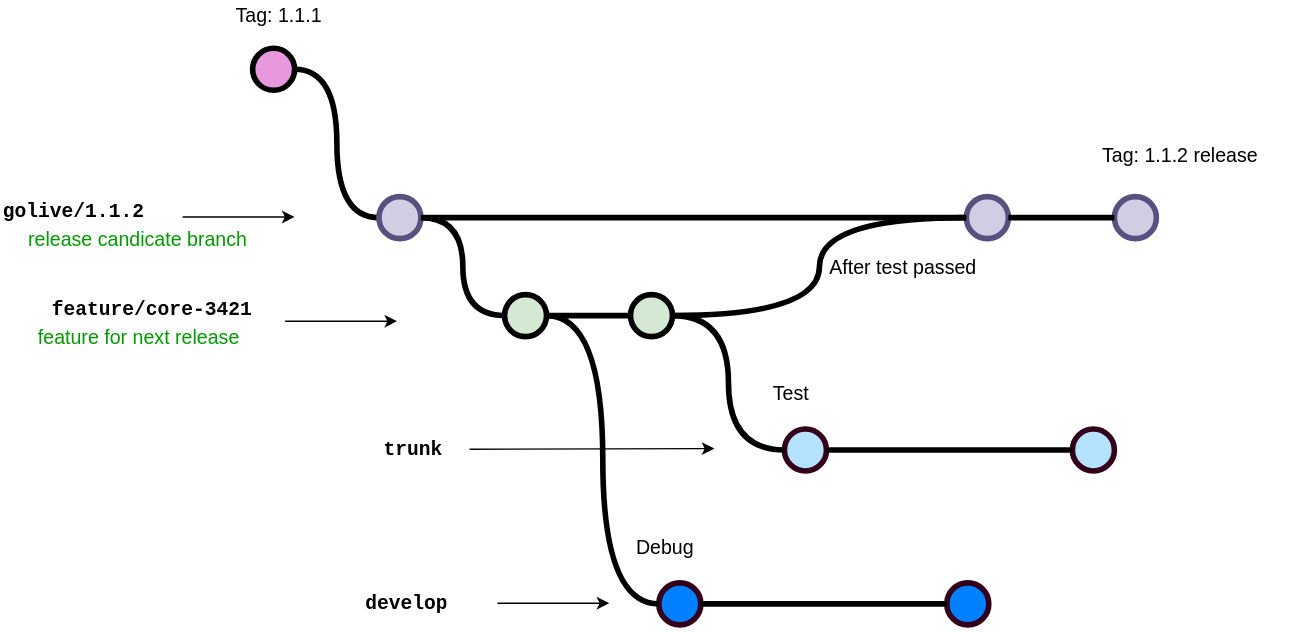
The draw.io diagram src/development/2.workflow.drawio.svg in intersective/docs, before a commit. Source tidied: cells renumbered, new cells last; positions are measured from the earlier drawing's top-left corner, leaving out a move shared by most shapes.
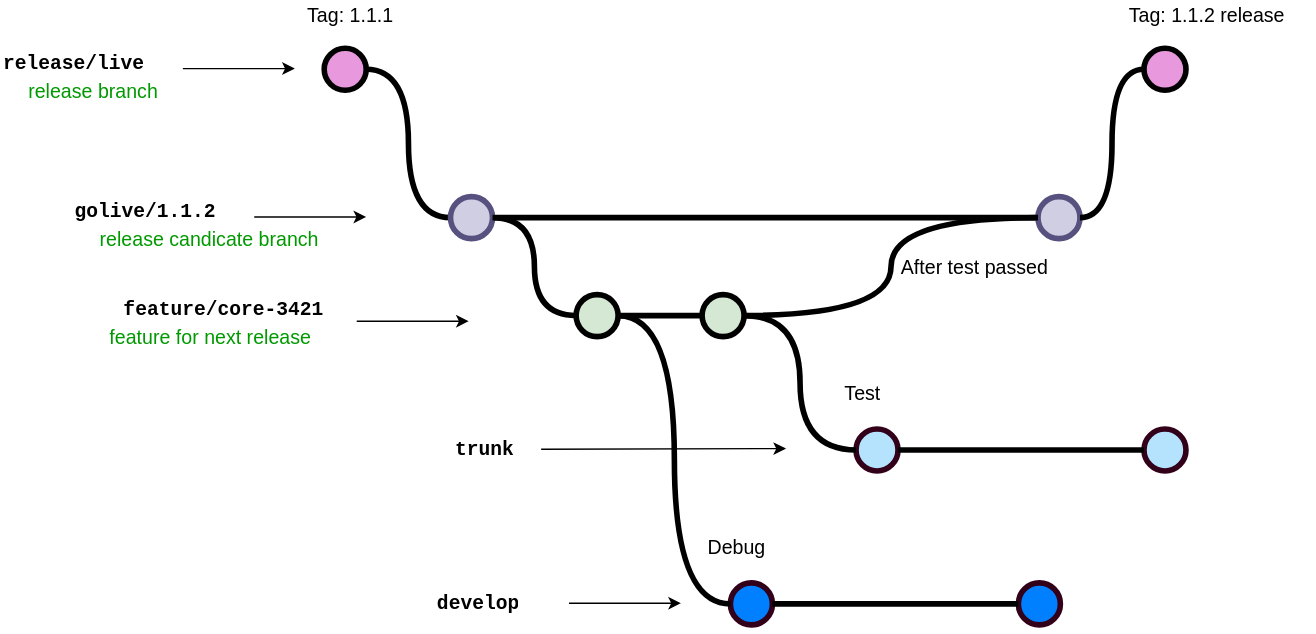
The same file after the commit.

Diff of the diagram source:
```diff
@@ -86,14 +86,11 @@
     <mxCell id="26" value="Test" style="text;html=1;strokeColor=none;fillColor=none;align=center;verticalAlign=middle;whiteSpace=wrap;overflow=hidden;fontSize=14;" parent="1" vertex="1">
       <mxGeometry x="510" y="270" width="110" height="20" as="geometry" />
     </mxCell>
-    <mxCell id="27" style="verticalLabelPosition=bottom;verticalAlign=top;html=1;strokeWidth=4;shape=mxgraph.flowchart.on-page_reference;strokeColor=#56517e;fillColor=#d0cee2;" parent="1" vertex="1">
-      <mxGeometry x="795.8" y="140" width="30" height="30" as="geometry" />
-    </mxCell>
-    <mxCell id="28" style="edgeStyle=orthogonalEdgeStyle;curved=1;rounded=0;html=1;exitX=1;exitY=0.5;exitPerimeter=0;entryX=0;entryY=0.5;entryPerimeter=0;endArrow=none;endFill=0;jettySize=auto;strokeWidth=4;fontSize=15;entryDx=0;entryDy=0;exitDx=0;exitDy=0;" parent="1" edge="1" source="7" target="27">
+    <mxCell id="28" style="edgeStyle=orthogonalEdgeStyle;curved=1;rounded=0;html=1;exitX=1;exitY=0.5;exitPerimeter=0;entryX=0;entryY=0.5;entryPerimeter=0;endArrow=none;endFill=0;jettySize=auto;strokeWidth=4;fontSize=15;entryDx=0;entryDy=0;exitDx=0;exitDy=0;" parent="1" edge="1" source="7" target="40">
       <mxGeometry relative="1" as="geometry" />
     </mxCell>
     <mxCell id="29" value="Tag: 1.1.2 release" style="text;html=1;strokeColor=none;fillColor=none;align=center;verticalAlign=middle;whiteSpace=wrap;overflow=hidden;fontSize=14;" parent="1" vertex="1">
-      <mxGeometry x="765.8" y="100" width="154.2" height="20" as="geometry" />
+      <mxGeometry x="733.6" width="154.2" height="20" as="geometry" />
     </mxCell>
     <mxCell id="30" style="verticalLabelPosition=bottom;verticalAlign=top;html=1;strokeWidth=4;shape=mxgraph.flowchart.on-page_reference;plain-blue;gradientColor=none;strokeColor=#33001A;fillColor=#007FFF;" parent="1" vertex="1">
       <mxGeometry x="676" y="416" width="30" height="30" as="geometry" />
@@ -119,5 +116,20 @@
     <mxCell id="36" style="edgeStyle=orthogonalEdgeStyle;curved=1;rounded=0;html=1;exitX=1;exitY=0.5;exitPerimeter=0;entryX=0;entryY=0.5;entryPerimeter=0;endArrow=none;endFill=0;jettySize=auto;strokeWidth=4;fontSize=15;exitDx=0;exitDy=0;entryDx=0;entryDy=0;" parent="1" edge="1" source="15" target="32">
       <mxGeometry relative="1" as="geometry" />
     </mxCell>
+    <mxCell id="37" value="release branch" style="text;html=1;strokeColor=none;fillColor=none;align=left;verticalAlign=middle;whiteSpace=wrap;overflow=hidden;fontSize=14;fontStyle=0;fontColor=#009900;" parent="1" vertex="1">
+      <mxGeometry x="-33" y="54" width="172" height="20" as="geometry" />
+    </mxCell>
+    <mxCell id="38" style="endArrow=classic;html=1;strokeWidth=1;fontFamily=Courier New;fontColor=#009900;" parent="1" edge="1">
+      <mxGeometry relative="1" as="geometry">
+        <mxPoint x="79" y="48.5" as="sourcePoint" />
+        <mxPoint x="159" y="48.5" as="targetPoint" />
+      </mxGeometry>
+    </mxCell>
+    <mxCell id="39" value="release/live" style="text;html=1;strokeColor=none;fillColor=none;align=left;verticalAlign=middle;whiteSpace=wrap;overflow=hidden;fontSize=14;fontStyle=1;fontFamily=Courier New;" parent="1" vertex="1">
+      <mxGeometry x="-51" y="34" width="124" height="20" as="geometry" />
+    </mxCell>
+    <mxCell id="40" style="verticalLabelPosition=bottom;verticalAlign=top;html=1;strokeWidth=4;shape=mxgraph.flowchart.on-page_reference;plain-purple;gradientColor=none;strokeColor=#000000;fillColor=#E899DD;" parent="1" vertex="1">
+      <mxGeometry x="765.8" y="34" width="30" height="30" as="geometry" />
+    </mxCell>
   </root>
 </mxGraphModel>
```
